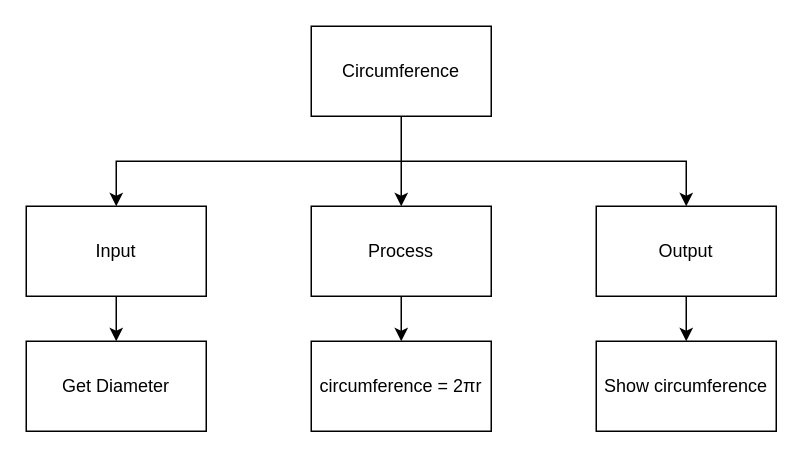
Earlier version of the draw.io diagram Drawio/topdown.drawio (Peter-Gemmell/ICS3U-Assignment-2-Python). Source tidied: cells renumbered, new cells numbered last; positions are measured from the earlier drawing's top-left corner, leaving out a move shared by most shapes. Both pictures are drawn from the tidied source at 150%, with x=0, y=0 at pixel (26, 26).
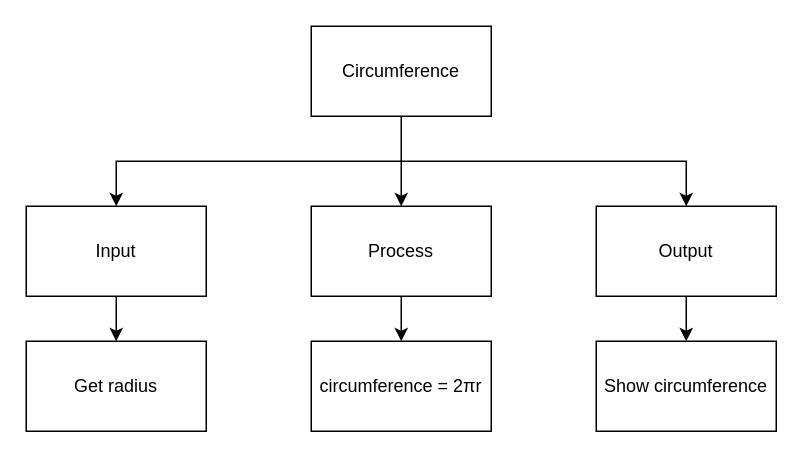
The same page after the edit.

The edit, as a diff of the source:
```diff
@@
 <mxGraphModel>
   <root>
     <mxCell id="0" />
     <mxCell id="1" parent="0" />
     <mxCell id="2" style="edgeStyle=none;html=1;exitX=0.5;exitY=1;exitDx=0;exitDy=0;" parent="1" edge="1" source="5" target="9">
       <mxGeometry relative="1" as="geometry">
         <Array as="points">
           <mxPoint x="250" y="90" />
         </Array>
       </mxGeometry>
     </mxCell>
     <mxCell id="3" style="edgeStyle=none;html=1;entryX=0.5;entryY=0;entryDx=0;entryDy=0;rounded=0;" parent="1" edge="1" target="11">
       <mxGeometry relative="1" as="geometry">
         <mxPoint x="250" y="90" as="sourcePoint" />
         <Array as="points">
           <mxPoint x="440" y="90" />
         </Array>
       </mxGeometry>
     </mxCell>
     <mxCell id="4" style="edgeStyle=none;rounded=0;html=1;entryX=0.5;entryY=0;entryDx=0;entryDy=0;" parent="1" edge="1" target="7">
       <mxGeometry relative="1" as="geometry">
         <mxPoint x="250" y="90" as="sourcePoint" />
         <Array as="points">
           <mxPoint x="60" y="90" />
         </Array>
       </mxGeometry>
     </mxCell>
     <mxCell id="5" value="Circumference" style="rounded=0;whiteSpace=wrap;html=1;" parent="1" vertex="1">
       <mxGeometry x="190" width="120" height="60" as="geometry" />
     </mxCell>
     <mxCell id="6" style="edgeStyle=none;rounded=0;html=1;" parent="1" edge="1" source="7" target="12">
       <mxGeometry relative="1" as="geometry" />
     </mxCell>
     <mxCell id="7" value="Input" style="rounded=0;whiteSpace=wrap;html=1;" parent="1" vertex="1">
       <mxGeometry y="120" width="120" height="60" as="geometry" />
     </mxCell>
     <mxCell id="8" style="edgeStyle=none;rounded=0;html=1;" parent="1" edge="1" source="9" target="14">
       <mxGeometry relative="1" as="geometry" />
     </mxCell>
     <mxCell id="9" value="Process" style="rounded=0;whiteSpace=wrap;html=1;" parent="1" vertex="1">
       <mxGeometry x="190" y="120" width="120" height="60" as="geometry" />
     </mxCell>
     <mxCell id="10" style="edgeStyle=none;rounded=0;html=1;" parent="1" edge="1" source="11" target="13">
       <mxGeometry relative="1" as="geometry" />
     </mxCell>
     <mxCell id="11" value="Output" style="rounded=0;whiteSpace=wrap;html=1;" parent="1" vertex="1">
       <mxGeometry x="380" y="120" width="120" height="60" as="geometry" />
     </mxCell>
-    <mxCell id="12" value="Get Diameter" style="rounded=0;whiteSpace=wrap;html=1;" parent="1" vertex="1">
+    <mxCell id="12" value="Get radius" style="rounded=0;whiteSpace=wrap;html=1;" parent="1" vertex="1">
       <mxGeometry y="210" width="120" height="60" as="geometry" />
     </mxCell>
     <mxCell id="13" value="Show circumference" style="rounded=0;whiteSpace=wrap;html=1;" parent="1" vertex="1">
       <mxGeometry x="380" y="210" width="120" height="60" as="geometry" />
     </mxCell>
     <mxCell id="14" value="&lt;span&gt;circumference =&amp;nbsp;2πr&lt;/span&gt;" style="rounded=0;whiteSpace=wrap;html=1;" parent="1" vertex="1">
       <mxGeometry x="190" y="210" width="120" height="60" as="geometry" />
     </mxCell>
   </root>
 </mxGraphModel>
```
